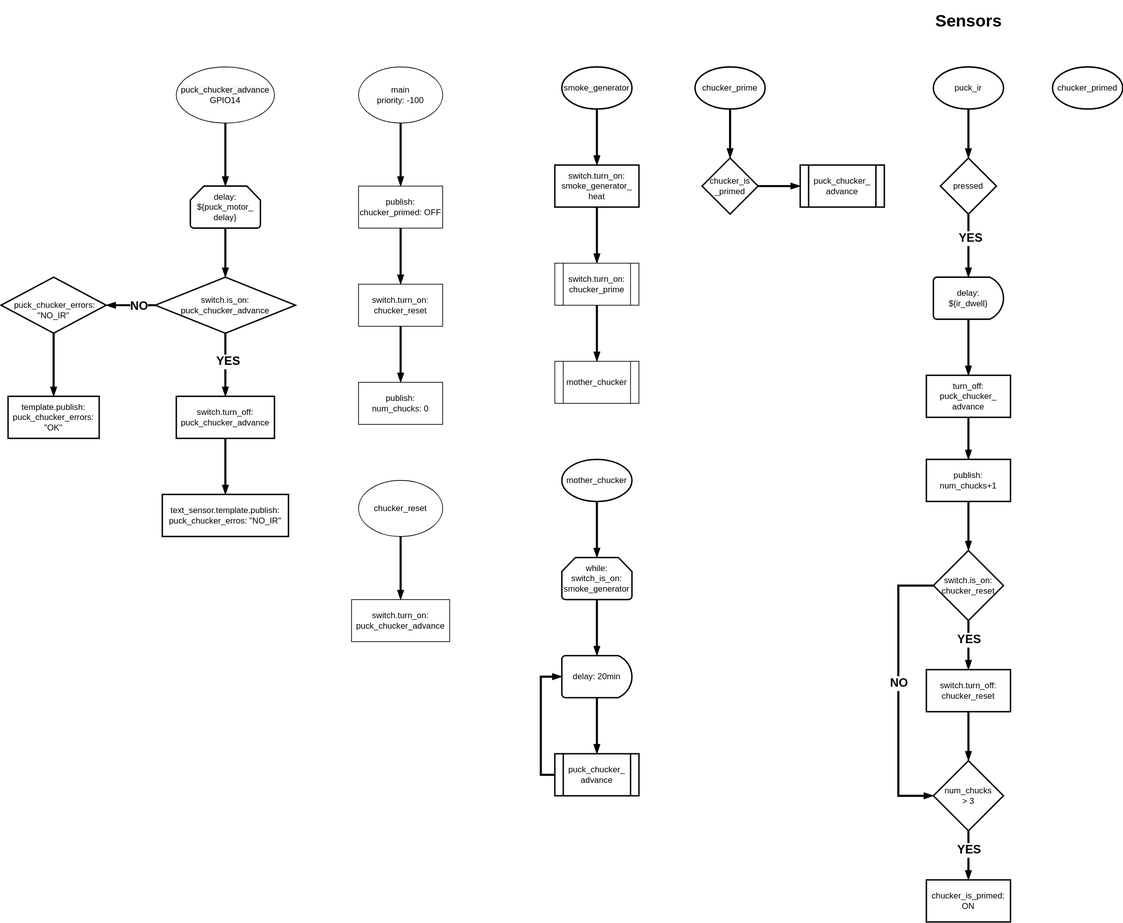
billchurch/smokemonster keeps this draw.io diagram as Bradley Smoker Controller Flow.svg. Above is the earlier version. Source tidied: cells renumbered, new cells last; positions are measured from the earlier drawing's top-left corner, leaving out a move shared by most shapes.
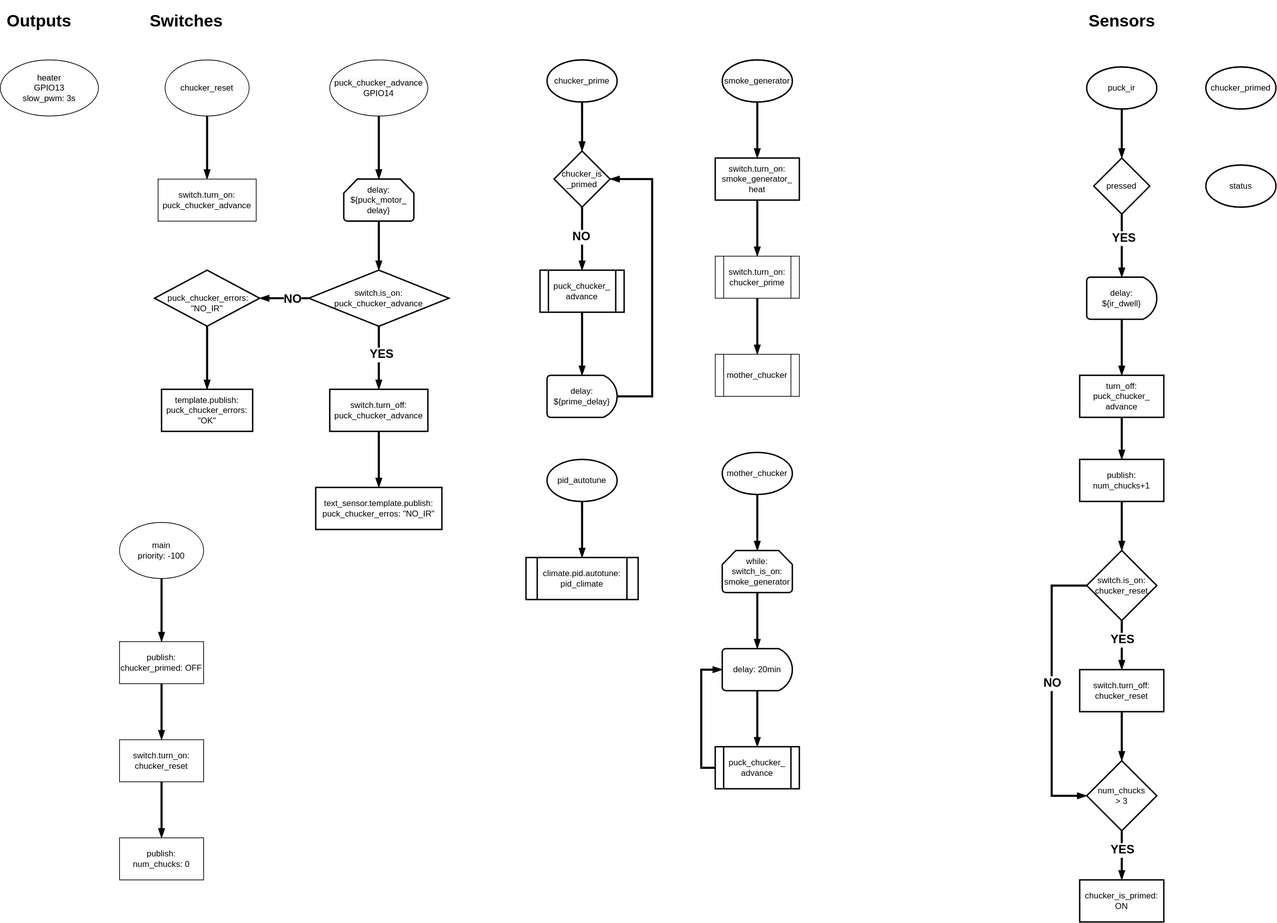
Later version of the same file.

Change to the diagram source:
```diff
@@ -6,47 +6,47 @@
       <mxGeometry relative="1" as="geometry" />
     </mxCell>
     <mxCell id="3" value="smoke_generator" style="strokeWidth=2;html=1;shape=mxgraph.flowchart.start_1;whiteSpace=wrap;" parent="1" vertex="1">
-      <mxGeometry x="800" y="90" width="100" height="60" as="geometry" />
+      <mxGeometry x="810" y="80" width="100" height="60" as="geometry" />
     </mxCell>
     <mxCell id="4" style="edgeStyle=orthogonalEdgeStyle;rounded=0;jettySize=auto;html=1;strokeWidth=3;endArrow=blockThin;endFill=1;" parent="1" edge="1" source="5" target="7">
       <mxGeometry relative="1" as="geometry" />
     </mxCell>
     <mxCell id="5" value="switch.turn_on: smoke_generator_&lt;br&gt;heat" style="whiteSpace=wrap;html=1;strokeWidth=2;" parent="1" vertex="1">
-      <mxGeometry x="790" y="230" width="120" height="60" as="geometry" />
+      <mxGeometry x="800" y="220" width="120" height="60" as="geometry" />
     </mxCell>
     <mxCell id="6" style="edgeStyle=orthogonalEdgeStyle;rounded=0;jettySize=auto;html=1;endArrow=blockThin;endFill=1;strokeWidth=3;" parent="1" edge="1" source="7" target="39">
       <mxGeometry relative="1" as="geometry" />
     </mxCell>
     <mxCell id="7" value="switch.turn_on: chucker_prime" style="shape=process;whiteSpace=wrap;html=1;backgroundOutline=1;" parent="1" vertex="1">
-      <mxGeometry x="790" y="370" width="120" height="60" as="geometry" />
+      <mxGeometry x="800" y="360" width="120" height="60" as="geometry" />
     </mxCell>
     <mxCell id="8" style="edgeStyle=orthogonalEdgeStyle;rounded=0;jettySize=auto;html=1;strokeWidth=3;endArrow=blockThin;endFill=1;" parent="1" edge="1" source="9" target="11">
       <mxGeometry relative="1" as="geometry" />
     </mxCell>
     <mxCell id="9" value="delay: 20min" style="strokeWidth=2;html=1;shape=mxgraph.flowchart.delay;whiteSpace=wrap;" parent="1" vertex="1">
-      <mxGeometry x="800" y="930" width="100" height="60" as="geometry" />
+      <mxGeometry x="810" y="920" width="100" height="60" as="geometry" />
     </mxCell>
     <mxCell id="10" style="edgeStyle=orthogonalEdgeStyle;rounded=0;jettySize=auto;html=1;exitX=0;exitY=0.5;exitDx=0;exitDy=0;entryX=0;entryY=0.5;entryDx=0;entryDy=0;entryPerimeter=0;endArrow=blockThin;endFill=1;strokeWidth=3;" parent="1" edge="1" source="11" target="9">
       <mxGeometry relative="1" as="geometry" />
     </mxCell>
     <mxCell id="11" value="puck_chucker_&lt;br&gt;advance" style="shape=process;whiteSpace=wrap;html=1;backgroundOutline=1;strokeWidth=2;" parent="1" vertex="1">
-      <mxGeometry x="790" y="1070" width="120" height="60" as="geometry" />
+      <mxGeometry x="800" y="1060" width="120" height="60" as="geometry" />
     </mxCell>
     <mxCell id="12" style="edgeStyle=orthogonalEdgeStyle;rounded=0;jettySize=auto;html=1;endArrow=blockThin;endFill=1;strokeWidth=3;" parent="1" edge="1" source="13" target="15">
       <mxGeometry relative="1" as="geometry" />
     </mxCell>
     <mxCell id="13" value="chucker_prime" style="strokeWidth=2;html=1;shape=mxgraph.flowchart.start_1;whiteSpace=wrap;" parent="1" vertex="1">
-      <mxGeometry x="990" y="90" width="100" height="60" as="geometry" />
+      <mxGeometry x="560" y="80" width="100" height="60" as="geometry" />
     </mxCell>
     <mxCell id="14" style="edgeStyle=orthogonalEdgeStyle;rounded=0;jettySize=auto;html=1;endArrow=blockThin;endFill=1;strokeWidth=3;" parent="1" edge="1" source="15" target="16">
       <mxGeometry relative="1" as="geometry" />
     </mxCell>
+    <mxCell id="71" value="&lt;b&gt;&lt;font style=&quot;font-size: 17px&quot;&gt;NO&lt;/font&gt;&lt;/b&gt;" style="edgeLabel;html=1;align=center;verticalAlign=middle;" parent="14" vertex="1">
+      <mxGeometry x="-0.07" y="-2" relative="1" as="geometry" />
+    </mxCell>
     <mxCell id="15" value="chucker_is&lt;br&gt;_primed" style="rhombus;whiteSpace=wrap;html=1;strokeWidth=2;" parent="1" vertex="1">
-      <mxGeometry x="1000" y="220" width="80" height="80" as="geometry" />
+      <mxGeometry x="570" y="210" width="80" height="80" as="geometry" />
     </mxCell>
-    <mxCell id="16" value="puck_chucker_&lt;br&gt;advance" style="shape=process;whiteSpace=wrap;html=1;backgroundOutline=1;strokeWidth=2;" parent="1" vertex="1">
-      <mxGeometry x="1140" y="230" width="120" height="60" as="geometry" />
-    </mxCell>
     <mxCell id="17" style="edgeStyle=orthogonalEdgeStyle;rounded=0;jettySize=auto;html=1;endArrow=blockThin;endFill=1;strokeWidth=3;" parent="1" edge="1" source="18" target="21">
       <mxGeometry relative="1" as="geometry" />
     </mxCell>
@@ -112,58 +112,58 @@
       <mxGeometry relative="1" as="geometry" />
     </mxCell>
     <mxCell id="36" value="mother_chucker" style="strokeWidth=2;html=1;shape=mxgraph.flowchart.start_1;whiteSpace=wrap;" parent="1" vertex="1">
-      <mxGeometry x="800" y="650" width="100" height="60" as="geometry" />
+      <mxGeometry x="810" y="640" width="100" height="60" as="geometry" />
     </mxCell>
     <mxCell id="37" style="edgeStyle=orthogonalEdgeStyle;rounded=0;jettySize=auto;html=1;endArrow=blockThin;endFill=1;strokeWidth=3;" parent="1" edge="1" source="38" target="9">
       <mxGeometry relative="1" as="geometry" />
     </mxCell>
     <mxCell id="38" value="while:&lt;br&gt;switch_is_on:&lt;br&gt;smoke_generator&lt;br&gt;" style="strokeWidth=2;html=1;shape=mxgraph.flowchart.loop_limit;whiteSpace=wrap;" parent="1" vertex="1">
-      <mxGeometry x="800" y="790" width="100" height="60" as="geometry" />
+      <mxGeometry x="810" y="780" width="100" height="60" as="geometry" />
     </mxCell>
     <mxCell id="39" value="mother_chucker" style="shape=process;whiteSpace=wrap;html=1;backgroundOutline=1;" parent="1" vertex="1">
-      <mxGeometry x="790" y="510" width="120" height="60" as="geometry" />
+      <mxGeometry x="800" y="500" width="120" height="60" as="geometry" />
     </mxCell>
     <mxCell id="40" style="edgeStyle=orthogonalEdgeStyle;rounded=0;jettySize=auto;html=1;endArrow=blockThin;endFill=1;strokeWidth=3;" parent="1" edge="1" source="41" target="43">
       <mxGeometry relative="1" as="geometry" />
     </mxCell>
     <mxCell id="41" value="main&lt;br&gt;priority: -100" style="ellipse;whiteSpace=wrap;html=1;" parent="1" vertex="1">
-      <mxGeometry x="510" y="90" width="120" height="80" as="geometry" />
+      <mxGeometry x="-50" y="740" width="120" height="80" as="geometry" />
     </mxCell>
     <mxCell id="42" style="edgeStyle=orthogonalEdgeStyle;rounded=0;jettySize=auto;html=1;endArrow=blockThin;endFill=1;strokeWidth=3;" parent="1" edge="1" source="43" target="45">
       <mxGeometry relative="1" as="geometry" />
     </mxCell>
     <mxCell id="43" value="publish:&lt;br&gt;chucker_primed: OFF" style="whiteSpace=wrap;html=1;" parent="1" vertex="1">
-      <mxGeometry x="510" y="260" width="120" height="60" as="geometry" />
+      <mxGeometry x="-50" y="910" width="120" height="60" as="geometry" />
     </mxCell>
     <mxCell id="44" style="edgeStyle=orthogonalEdgeStyle;rounded=0;jettySize=auto;html=1;endArrow=blockThin;endFill=1;strokeWidth=3;" parent="1" edge="1" source="45" target="46">
       <mxGeometry relative="1" as="geometry" />
     </mxCell>
     <mxCell id="45" value="switch.turn_on:&lt;br&gt;chucker_reset" style="whiteSpace=wrap;html=1;" parent="1" vertex="1">
-      <mxGeometry x="510" y="400" width="120" height="60" as="geometry" />
+      <mxGeometry x="-50" y="1050" width="120" height="60" as="geometry" />
     </mxCell>
     <mxCell id="46" value="publish:&lt;br&gt;num_chucks: 0" style="whiteSpace=wrap;html=1;" parent="1" vertex="1">
-      <mxGeometry x="510" y="540" width="120" height="60" as="geometry" />
+      <mxGeometry x="-50" y="1190" width="120" height="60" as="geometry" />
     </mxCell>
     <mxCell id="47" style="edgeStyle=orthogonalEdgeStyle;rounded=0;jettySize=auto;html=1;endArrow=blockThin;endFill=1;strokeWidth=3;" parent="1" edge="1" source="48" target="49">
       <mxGeometry relative="1" as="geometry" />
     </mxCell>
     <mxCell id="48" value="chucker_reset" style="ellipse;whiteSpace=wrap;html=1;" parent="1" vertex="1">
-      <mxGeometry x="510" y="680" width="120" height="80" as="geometry" />
+      <mxGeometry x="15" y="80" width="120" height="80" as="geometry" />
     </mxCell>
     <mxCell id="49" value="switch.turn_on:&lt;br&gt;puck_chucker_advance" style="whiteSpace=wrap;html=1;" parent="1" vertex="1">
-      <mxGeometry x="500" y="850" width="140" height="60" as="geometry" />
+      <mxGeometry x="5" y="250" width="140" height="60" as="geometry" />
     </mxCell>
     <mxCell id="50" style="edgeStyle=orthogonalEdgeStyle;rounded=0;jettySize=auto;html=1;endArrow=blockThin;endFill=1;strokeWidth=3;" parent="1" edge="1" source="51" target="53">
       <mxGeometry relative="1" as="geometry" />
     </mxCell>
     <mxCell id="51" value="&lt;span style=&quot;color: rgb(0 , 0 , 0) ; font-family: &amp;#34;helvetica&amp;#34; ; font-size: 12px ; font-style: normal ; font-weight: 400 ; letter-spacing: normal ; text-align: center ; text-indent: 0px ; text-transform: none ; word-spacing: 0px ; background-color: rgb(248 , 249 , 250) ; display: inline ; float: none&quot;&gt;puck_chucker_advance&lt;br&gt;GPIO14&lt;br&gt;&lt;/span&gt;" style="ellipse;whiteSpace=wrap;html=1;" parent="1" vertex="1">
-      <mxGeometry x="250" y="90" width="140" height="80" as="geometry" />
+      <mxGeometry x="250" y="80" width="140" height="80" as="geometry" />
     </mxCell>
     <mxCell id="52" style="edgeStyle=orthogonalEdgeStyle;rounded=0;jettySize=auto;html=1;endArrow=blockThin;endFill=1;strokeWidth=3;" parent="1" edge="1" source="53" target="58">
       <mxGeometry relative="1" as="geometry" />
     </mxCell>
     <mxCell id="53" value="delay: ${puck_motor_&lt;br&gt;delay}" style="strokeWidth=2;html=1;shape=mxgraph.flowchart.loop_limit;whiteSpace=wrap;" parent="1" vertex="1">
-      <mxGeometry x="270" y="260" width="100" height="60" as="geometry" />
+      <mxGeometry x="270" y="250" width="100" height="60" as="geometry" />
     </mxCell>
     <mxCell id="54" style="edgeStyle=orthogonalEdgeStyle;rounded=0;jettySize=auto;html=1;endArrow=blockThin;endFill=1;strokeWidth=3;" parent="1" edge="1" source="58" target="60">
       <mxGeometry relative="1" as="geometry" />
@@ -178,25 +178,25 @@
       <mxGeometry x="-0.31" y="1" relative="1" as="geometry" />
     </mxCell>
     <mxCell id="58" value="switch.is_on:&lt;br&gt;puck_chucker_advance" style="rhombus;whiteSpace=wrap;html=1;strokeWidth=2;" parent="1" vertex="1">
-      <mxGeometry x="220" y="390" width="200" height="80" as="geometry" />
+      <mxGeometry x="220" y="380" width="200" height="80" as="geometry" />
     </mxCell>
     <mxCell id="59" style="edgeStyle=orthogonalEdgeStyle;rounded=0;jettySize=auto;html=1;endArrow=blockThin;endFill=1;strokeWidth=3;" parent="1" edge="1" source="60" target="61">
       <mxGeometry relative="1" as="geometry" />
     </mxCell>
     <mxCell id="60" value="&lt;div&gt;switch.turn_off:&lt;br&gt;puck_chucker_advance&lt;/div&gt;" style="whiteSpace=wrap;html=1;strokeWidth=2;" parent="1" vertex="1">
-      <mxGeometry x="250" y="560" width="140" height="60" as="geometry" />
+      <mxGeometry x="250" y="550" width="140" height="60" as="geometry" />
     </mxCell>
     <mxCell id="61" value="&lt;div&gt;&lt;span&gt;text_sensor.template.publish:&lt;/span&gt;&lt;br&gt;&lt;/div&gt;&lt;div&gt;puck_chucker_erros:&amp;nbsp;&lt;span&gt;&quot;NO_IR&quot;&lt;/span&gt;&lt;/div&gt;" style="whiteSpace=wrap;html=1;strokeWidth=2;" parent="1" vertex="1">
-      <mxGeometry x="230" y="700" width="180" height="60" as="geometry" />
+      <mxGeometry x="230" y="690" width="180" height="60" as="geometry" />
     </mxCell>
     <mxCell id="62" style="edgeStyle=orthogonalEdgeStyle;rounded=0;jettySize=auto;html=1;endArrow=blockThin;endFill=1;strokeWidth=3;" parent="1" edge="1" source="63" target="64">
       <mxGeometry relative="1" as="geometry" />
     </mxCell>
     <mxCell id="63" value="&lt;div&gt;&amp;nbsp; &amp;nbsp; &amp;nbsp; &amp;nbsp; &amp;nbsp; &amp;nbsp; &amp;nbsp; &amp;nbsp; &amp;nbsp; &amp;nbsp; &amp;nbsp; &amp;nbsp;puck_chucker_errors:&lt;br&gt;&lt;span&gt;&quot;NO_IR&quot;&lt;/span&gt;&lt;/div&gt;" style="rhombus;whiteSpace=wrap;html=1;strokeWidth=2;" parent="1" vertex="1">
-      <mxGeometry y="390" width="150" height="80" as="geometry" />
+      <mxGeometry y="380" width="150" height="80" as="geometry" />
     </mxCell>
     <mxCell id="64" value="&lt;div&gt;template.publish:&lt;/div&gt;&lt;div&gt;puck_chucker_errors:&lt;br&gt;&lt;span&gt;&quot;OK&quot;&lt;/span&gt;&lt;/div&gt;" style="whiteSpace=wrap;html=1;strokeWidth=2;" parent="1" vertex="1">
-      <mxGeometry x="10" y="560" width="130" height="60" as="geometry" />
+      <mxGeometry x="10" y="550" width="130" height="60" as="geometry" />
     </mxCell>
     <mxCell id="65" style="edgeStyle=orthogonalEdgeStyle;rounded=0;jettySize=auto;html=1;endArrow=blockThin;endFill=1;strokeWidth=3;" parent="1" edge="1" source="67" target="68">
       <mxGeometry relative="1" as="geometry" />
@@ -218,5 +218,43 @@
     <mxCell id="70" value="chucker_primed" style="strokeWidth=2;html=1;shape=mxgraph.flowchart.start_1;whiteSpace=wrap;" parent="1" vertex="1">
       <mxGeometry x="1500" y="90" width="100" height="60" as="geometry" />
     </mxCell>
+    <mxCell id="72" value="status" style="strokeWidth=2;html=1;shape=mxgraph.flowchart.start_1;whiteSpace=wrap;" parent="1" vertex="1">
+      <mxGeometry x="1500" y="230" width="100" height="60" as="geometry" />
+    </mxCell>
+    <mxCell id="73" value="&lt;h1&gt;&lt;b&gt;Outputs&lt;/b&gt;&lt;/h1&gt;" style="text;html=1;align=center;verticalAlign=middle;" parent="1" vertex="1">
+      <mxGeometry x="-220" width="110" height="50" as="geometry" />
+    </mxCell>
+    <mxCell id="74" value="&lt;span style=&quot;color: rgb(0 , 0 , 0) ; font-family: &amp;#34;helvetica&amp;#34; ; font-size: 12px ; font-style: normal ; font-weight: 400 ; letter-spacing: normal ; text-align: center ; text-indent: 0px ; text-transform: none ; word-spacing: 0px ; background-color: rgb(248 , 249 , 250) ; display: inline ; float: none&quot;&gt;heater&lt;br&gt;GPIO13&lt;br&gt;slow_pwm: 3s&lt;br&gt;&lt;/span&gt;" style="ellipse;whiteSpace=wrap;html=1;" parent="1" vertex="1">
+      <mxGeometry x="-220" y="80" width="140" height="80" as="geometry" />
+    </mxCell>
+    <mxCell id="75" value="&lt;h1&gt;&lt;b&gt;Switches&lt;/b&gt;&lt;/h1&gt;" style="text;html=1;align=center;verticalAlign=middle;" parent="1" vertex="1">
+      <mxGeometry x="-15" width="120" height="50" as="geometry" />
+    </mxCell>
+    <mxCell id="76" style="edgeStyle=orthogonalEdgeStyle;rounded=0;jettySize=auto;html=1;endArrow=blockThin;endFill=1;strokeWidth=3;" parent="1" edge="1" source="16" target="78">
+      <mxGeometry relative="1" as="geometry" />
+    </mxCell>
+    <mxCell id="16" value="&lt;span&gt;puck_chucker_&lt;/span&gt;&lt;br&gt;&lt;span&gt;advance&lt;/span&gt;" style="shape=process;whiteSpace=wrap;html=1;backgroundOutline=1;strokeWidth=2;" parent="1" vertex="1">
+      <mxGeometry x="550" y="380" width="120" height="60" as="geometry" />
+    </mxCell>
+    <mxCell id="77" style="edgeStyle=orthogonalEdgeStyle;rounded=0;jettySize=auto;html=1;exitX=1;exitY=0.5;exitDx=0;exitDy=0;exitPerimeter=0;entryX=1;entryY=0.5;entryDx=0;entryDy=0;endArrow=blockThin;endFill=1;strokeWidth=3;" parent="1" edge="1" source="78" target="15">
+      <mxGeometry relative="1" as="geometry">
+        <Array as="points">
+          <mxPoint x="710" y="560" />
+          <mxPoint x="710" y="250" />
+        </Array>
+      </mxGeometry>
+    </mxCell>
+    <mxCell id="78" value="delay:&lt;br&gt;${prime_delay}" style="strokeWidth=2;html=1;shape=mxgraph.flowchart.delay;whiteSpace=wrap;" parent="1" vertex="1">
+      <mxGeometry x="560" y="530" width="100" height="60" as="geometry" />
+    </mxCell>
+    <mxCell id="79" style="edgeStyle=orthogonalEdgeStyle;rounded=0;jettySize=auto;html=1;endArrow=blockThin;endFill=1;strokeWidth=3;" parent="1" edge="1" source="80" target="81">
+      <mxGeometry relative="1" as="geometry" />
+    </mxCell>
+    <mxCell id="80" value="pid_autotune" style="strokeWidth=2;html=1;shape=mxgraph.flowchart.start_1;whiteSpace=wrap;" parent="1" vertex="1">
+      <mxGeometry x="560" y="650" width="100" height="60" as="geometry" />
+    </mxCell>
+    <mxCell id="81" value="climate.pid.autotune: pid_climate" style="shape=process;whiteSpace=wrap;html=1;backgroundOutline=1;strokeWidth=2;" parent="1" vertex="1">
+      <mxGeometry x="530" y="790" width="160" height="60" as="geometry" />
+    </mxCell>
   </root>
 </mxGraphModel>
```
